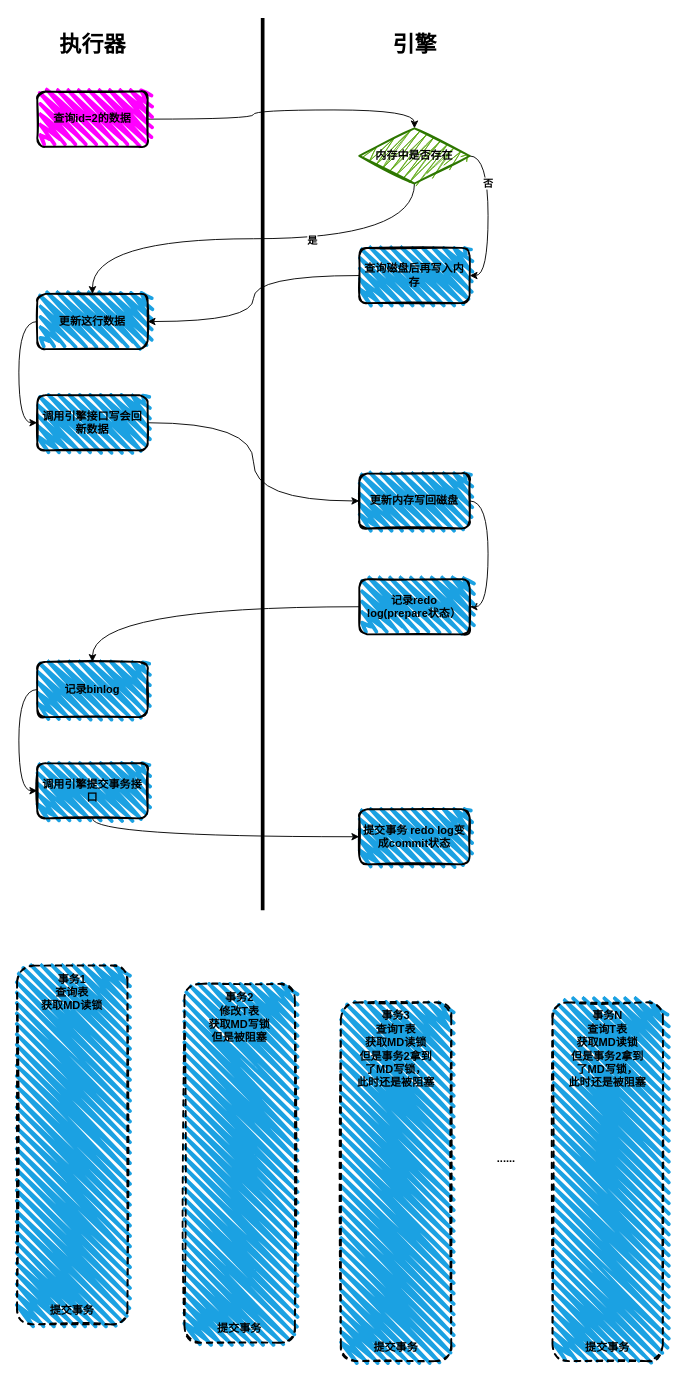
This is mysql.drawio from HAHARURU/note, a draw.io file, before an edit. Source tidied: cells renumbered, new cells numbered last; positions are measured from the earlier drawing's top-left corner, leaving out a move shared by most shapes. Both pictures are drawn from the tidied source at 92%, with x=0, y=0 at pixel (17, 17).
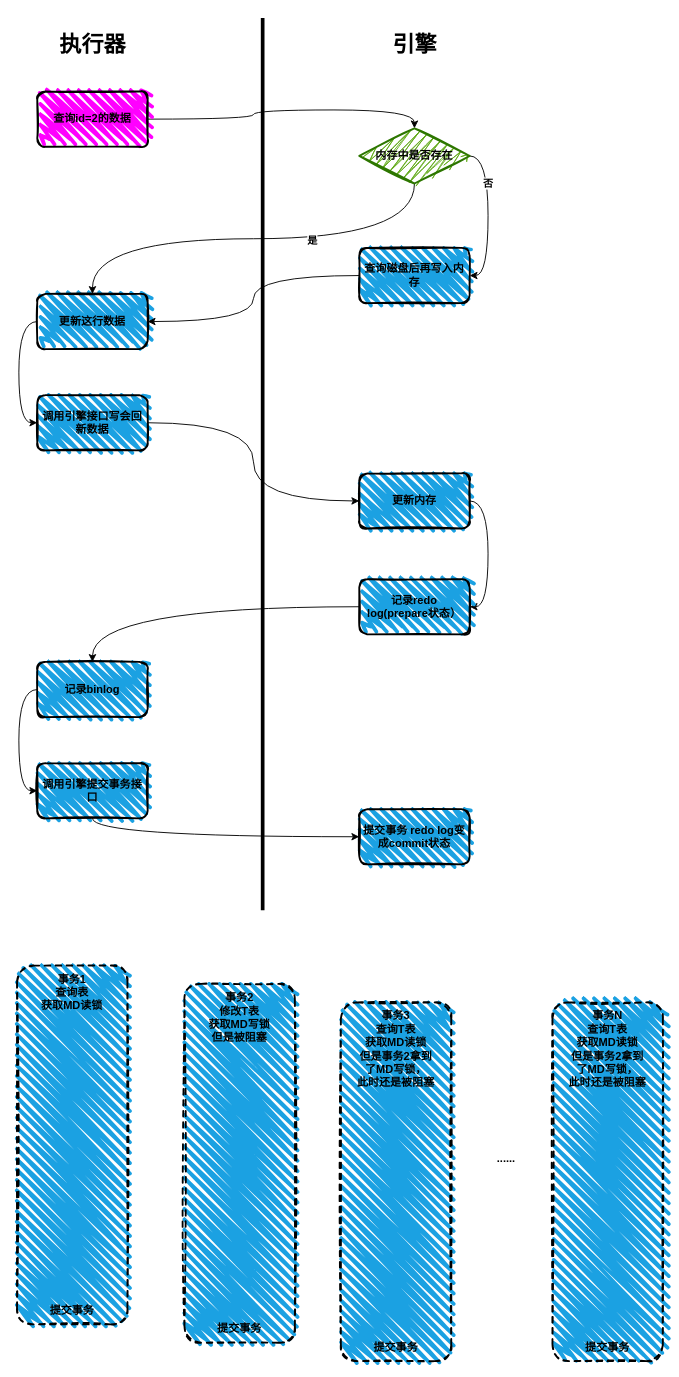
The same page after the edit.

Change to the diagram source:
```diff
@@
-    <mxCell id="19" value="&lt;b&gt;更新内存写回磁盘&lt;/b&gt;" style="rounded=1;whiteSpace=wrap;html=1;strokeWidth=2;fillWeight=4;hachureGap=8;hachureAngle=45;fillColor=#1ba1e2;sketch=1;fillStyle=zigzag;shadow=0;glass=0;" parent="1" vertex="1">
+    <mxCell id="19" value="&lt;b&gt;更新内存&lt;/b&gt;" style="rounded=1;whiteSpace=wrap;html=1;strokeWidth=2;fillWeight=4;hachureGap=8;hachureAngle=45;fillColor=#1ba1e2;sketch=1;fillStyle=zigzag;shadow=0;glass=0;" parent="1" vertex="1">
       <mxGeometry x="372" y="495" width="120" height="60" as="geometry" />
     </mxCell>
```
